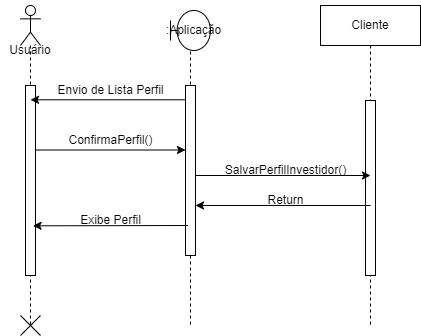
The draw.io diagram Diagrama_sequencia_preencher_perfil.png in ThePlano/Projeto-CC5511---ENGENHARIA-DE-SOFTWARE, before a commit. Source tidied: cells renumbered, new cells last; positions are measured from the earlier drawing's top-left corner, leaving out a move shared by most shapes.
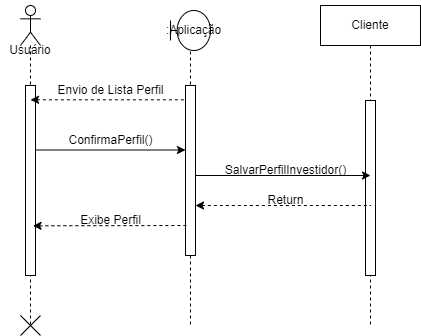
Later version of the same file.

The edit, as a diff of the source:
```diff
@@ -23,7 +23,7 @@
     <mxCell id="8" value="Usuário" style="text;html=1;align=center;verticalAlign=middle;whiteSpace=wrap;rounded=0;" parent="1" vertex="1">
       <mxGeometry y="35" width="60" height="30" as="geometry" />
     </mxCell>
-    <mxCell id="9" style="endArrow=none;html=1;rounded=0;startArrow=classic;startFill=1;endFill=0;" parent="1" edge="1" target="3">
+    <mxCell id="9" style="endArrow=none;html=1;rounded=0;startArrow=classic;startFill=1;endFill=0;dashed=1;" parent="1" edge="1" target="3">
       <mxGeometry relative="1" as="geometry">
         <mxPoint x="30" y="99.3" as="sourcePoint" />
       </mxGeometry>
@@ -52,7 +52,7 @@
     <mxCell id="15" value="SalvarPerfilInvestidor()" style="text;html=1;align=center;verticalAlign=middle;strokeColor=none;fillColor=none;" parent="1" vertex="1">
       <mxGeometry x="215" y="155" width="140" height="30" as="geometry" />
     </mxCell>
-    <mxCell id="16" style="endArrow=none;html=1;rounded=0;startArrow=classic;startFill=1;endFill=0;" parent="1" edge="1">
+    <mxCell id="16" style="endArrow=none;html=1;rounded=0;startArrow=classic;startFill=1;endFill=0;dashed=1;" parent="1" edge="1">
       <mxGeometry relative="1" as="geometry">
         <mxPoint x="195" y="205" as="sourcePoint" />
         <mxPoint x="370" y="205" as="targetPoint" />
@@ -61,7 +61,7 @@
     <mxCell id="17" value="Return" style="text;html=1;align=center;verticalAlign=middle;strokeColor=none;fillColor=none;" parent="1" vertex="1">
       <mxGeometry x="255" y="185" width="60" height="30" as="geometry" />
     </mxCell>
-    <mxCell id="18" style="endArrow=none;html=1;rounded=0;startArrow=classic;startFill=1;endFill=0;" parent="1" edge="1">
+    <mxCell id="18" style="endArrow=none;html=1;rounded=0;startArrow=classic;startFill=1;endFill=0;dashed=1;" parent="1" edge="1">
       <mxGeometry relative="1" as="geometry">
         <mxPoint x="32.5" y="225.3" as="sourcePoint" />
         <mxPoint x="187.5" y="225" as="targetPoint" />
```
